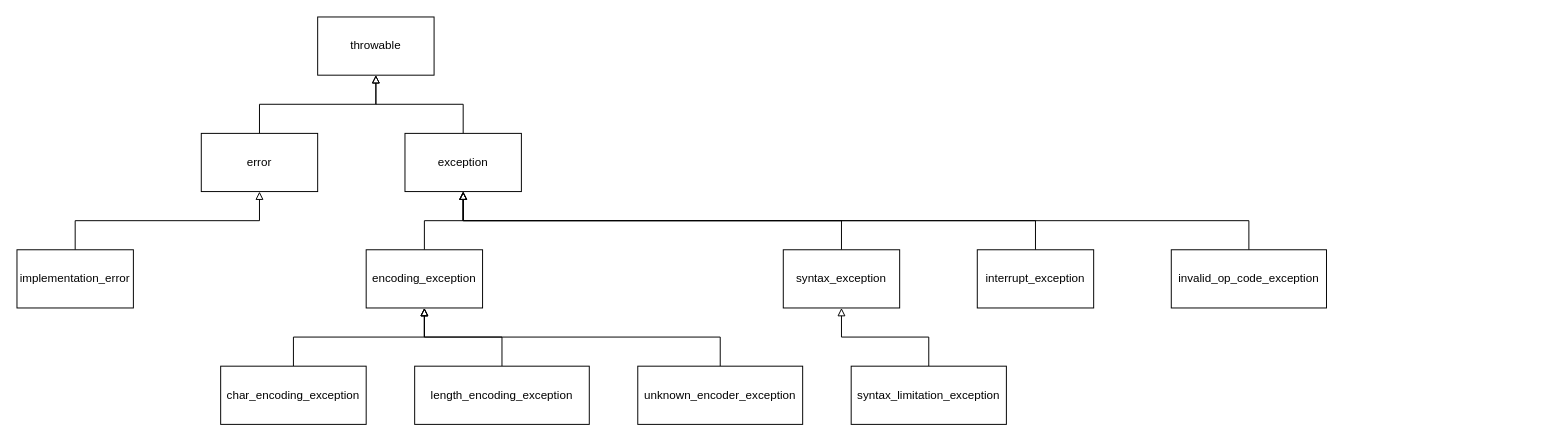
Above: page "exception" (4 of 4) of Components.drawio in bialang/bia (draw.io), before the change. Source tidied: cells renumbered, new cells numbered last; positions are measured from the earlier drawing's top-left corner, leaving out a move shared by most shapes. Both pictures are drawn from the tidied source at 97%, with x=0, y=0 at pixel (16, 16).
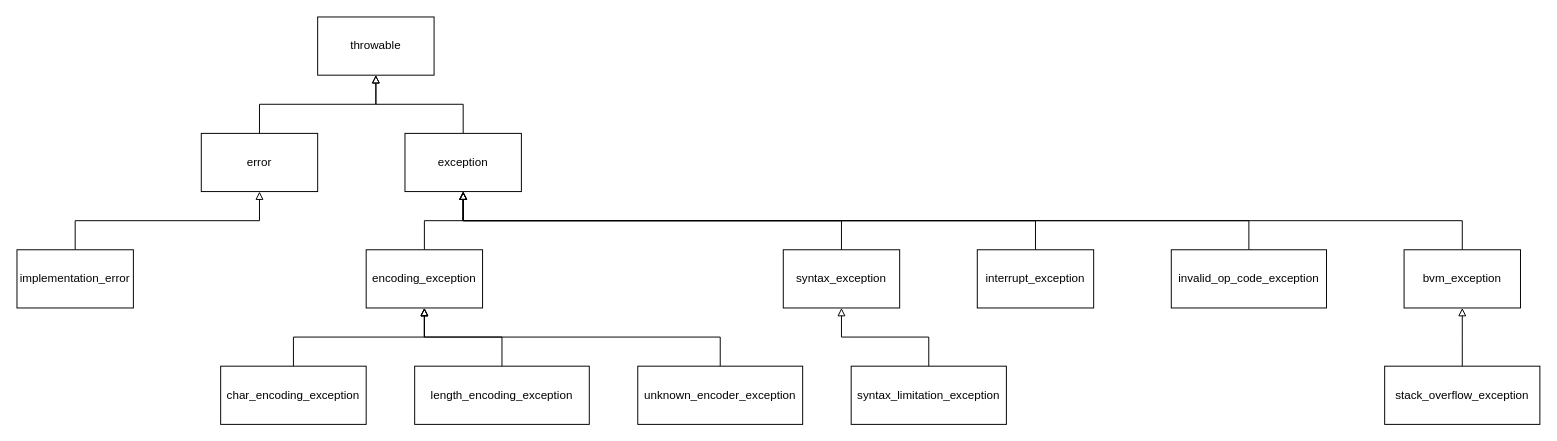
The same diagram, later.

The change refers to these unchanged cells:
```xml
<mxCell id="6" value="exception" style="rounded=0;whiteSpace=wrap;html=1;" parent="1" vertex="1">
  <mxGeometry x="400" y="120" width="120" height="60" as="geometry" />
</mxCell>
```

Change to the diagram source:
```diff
@@
+    <mxCell id="25" style="edgeStyle=elbowEdgeStyle;rounded=0;jettySize=auto;html=1;elbow=vertical;endArrow=block;endFill=0;" parent="1" edge="1" source="26" target="6">
+      <mxGeometry relative="1" as="geometry" />
+    </mxCell>
+    <mxCell id="26" value="bvm_exception" style="rounded=0;whiteSpace=wrap;html=1;" parent="1" vertex="1">
+      <mxGeometry x="1430" y="240" width="120" height="60" as="geometry" />
+    </mxCell>
+    <mxCell id="27" style="edgeStyle=elbowEdgeStyle;rounded=0;jettySize=auto;elbow=vertical;html=1;endArrow=block;endFill=0;" parent="1" edge="1" source="28" target="26">
+      <mxGeometry relative="1" as="geometry" />
+    </mxCell>
+    <mxCell id="28" value="stack_overflow_exception" style="rounded=0;whiteSpace=wrap;html=1;" parent="1" vertex="1">
+      <mxGeometry x="1410" y="360" width="160" height="60" as="geometry" />
+    </mxCell>
```
